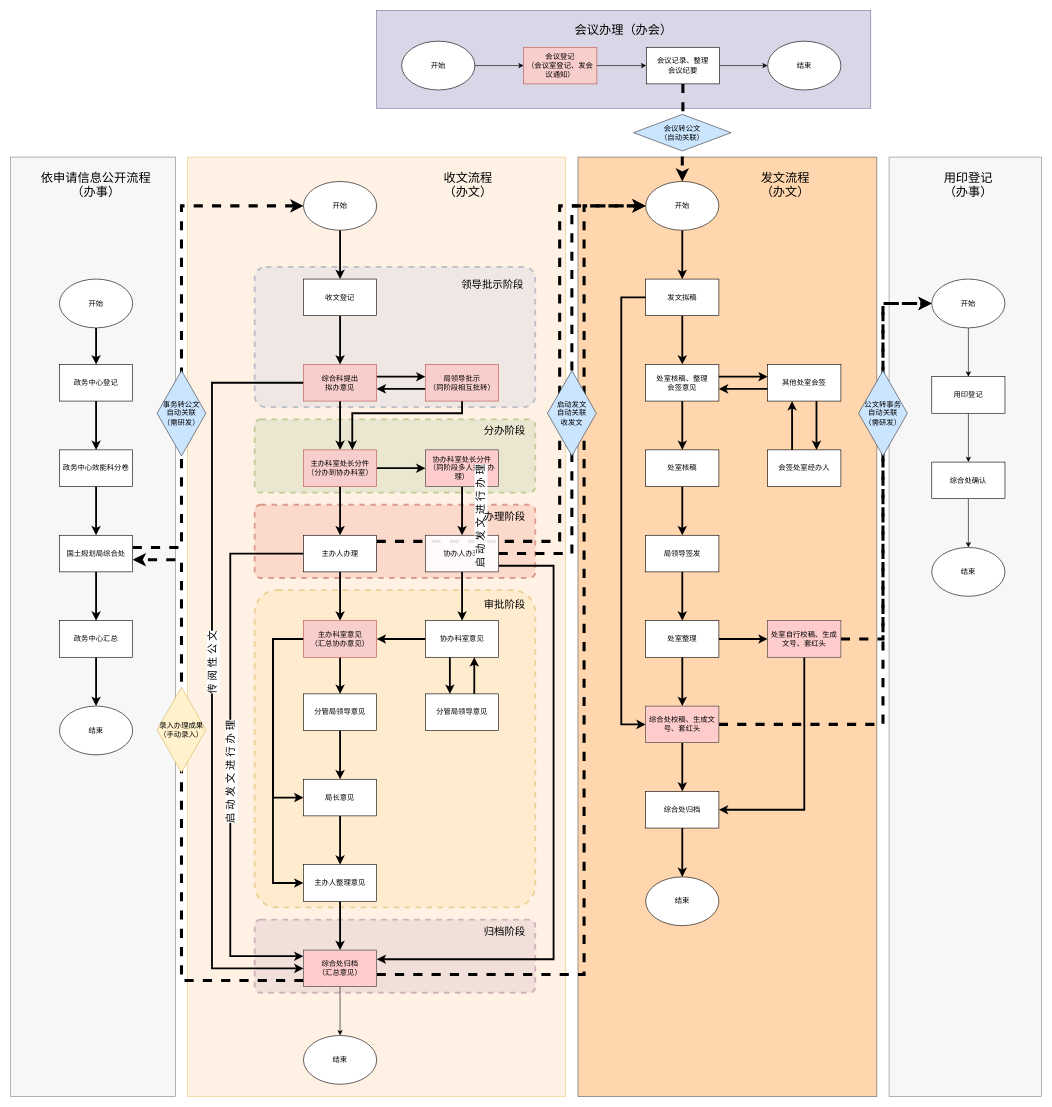
Before: Untitled Diagram.drawio in 806100963/draw.io, a draw.io diagram. Source tidied: cells renumbered, new cells numbered last; positions are measured from the earlier drawing's top-left corner, leaving out a move shared by most shapes. Both pictures are drawn from the tidied source at 61%, with x=0, y=0 at pixel (10, 10).
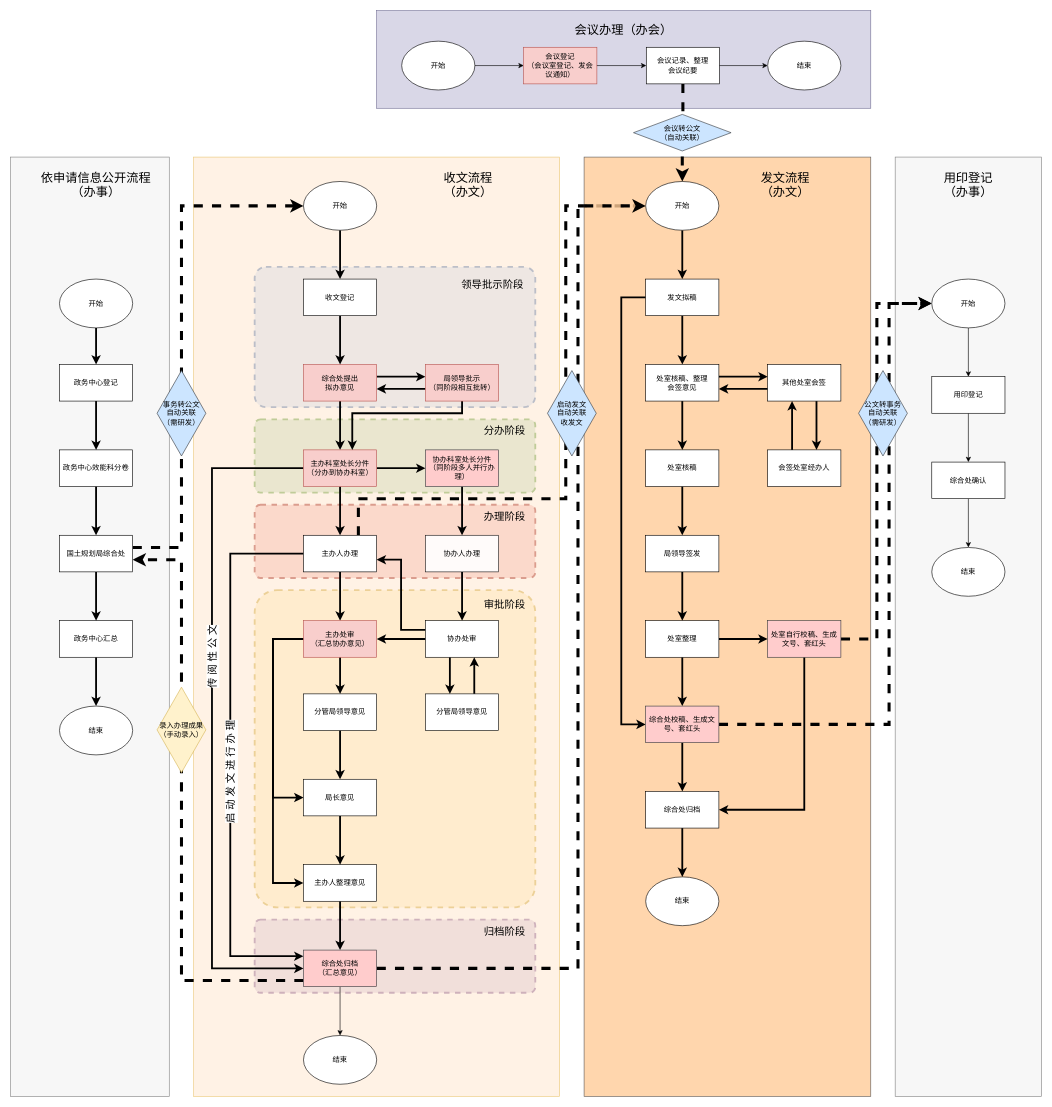
Above is the later version.

Unchanged cells that the change refers to:
```xml
<mxCell id="22" value="主办科室处长分件&lt;br&gt;（分办到协办科室）" style="rounded=0;whiteSpace=wrap;html=1;fillColor=#f8cecc;strokeColor=#b85450;" parent="1" vertex="1">
  <mxGeometry x="480" y="720" width="120" height="60" as="geometry" />
</mxCell>
<mxCell id="28" value="协办人办理" style="rounded=0;whiteSpace=wrap;html=1;opacity=90;" parent="1" vertex="1">
  <mxGeometry x="680" y="860" width="120" height="60" as="geometry" />
</mxCell>
<mxCell id="35" value="主办人办理" style="rounded=0;whiteSpace=wrap;html=1;" parent="1" vertex="1">
  <mxGeometry x="480" y="860" width="120" height="60" as="geometry" />
</mxCell>
<mxCell id="51" value="综合处归档&lt;br&gt;（汇总意见）" style="rounded=0;whiteSpace=wrap;html=1;fillColor=#ffcccc;strokeColor=#36393d;" parent="1" vertex="1">
  <mxGeometry x="480" y="1540" width="120" height="60" as="geometry" />
</mxCell>
<mxCell id="87" value="综合处校稿、生成文号、套红头" style="rounded=0;whiteSpace=wrap;html=1;fillColor=#ffcccc;strokeColor=#36393d;" parent="1" vertex="1">
  <mxGeometry x="1041" y="1140" width="120" height="60" as="geometry" />
</mxCell>
<mxCell id="90" value="处室自行校稿、生成文号、套红头" style="rounded=0;whiteSpace=wrap;html=1;fillColor=#ffcccc;strokeColor=#36393d;" parent="1" vertex="1">
  <mxGeometry x="1241" y="1000" width="120" height="60" as="geometry" />
</mxCell>
<mxCell id="99" value="开始" style="ellipse;whiteSpace=wrap;html=1;" parent="1" vertex="1">
  <mxGeometry x="1041" y="280" width="120" height="80" as="geometry" />
</mxCell>
<mxCell id="107" value="开始" style="ellipse;whiteSpace=wrap;html=1;" parent="1" vertex="1">
  <mxGeometry x="1510" y="440" width="120" height="80" as="geometry" />
</mxCell>
```

The edit, as a diff of the source:
```diff
@@
     <mxCell id="7" style="rounded=0;whiteSpace=wrap;html=1;opacity=50;fillColor=#ffe6cc;strokeColor=#d79b00;" parent="1" vertex="1">
-      <mxGeometry x="290" y="240" width="620" height="1540" as="geometry" />
+      <mxGeometry x="300" y="240" width="600" height="1540" as="geometry" />
     </mxCell>
     <mxCell id="8" style="edgeStyle=orthogonalEdgeStyle;rounded=0;jettySize=auto;html=1;entryX=0;entryY=0.5;entryDx=0;entryDy=0;strokeWidth=5;dashed=1;" parent="1" edge="1" source="35" target="99">
       <mxGeometry relative="1" as="geometry">
         <Array as="points">
-          <mxPoint x="900" y="870" />
-          <mxPoint x="900" y="320" />
+          <mxPoint x="570" y="800" />
+          <mxPoint x="910" y="800" />
+          <mxPoint x="910" y="320" />
         </Array>
       </mxGeometry>
     </mxCell>
@@
     <mxCell id="10" style="rounded=0;whiteSpace=wrap;html=1;opacity=80;fillColor=#f5f5f5;strokeColor=#666666;fontColor=#333333;" parent="1" vertex="1">
-      <mxGeometry x="1440" y="240" width="250" height="1540" as="geometry" />
+      <mxGeometry x="1450" y="240" width="240" height="1540" as="geometry" />
     </mxCell>
     <mxCell id="11" style="rounded=0;whiteSpace=wrap;html=1;opacity=80;fillColor=#ffcc99;strokeColor=#36393d;" parent="1" vertex="1">
-      <mxGeometry x="930" y="240" width="490" height="1540" as="geometry" />
+      <mxGeometry x="940" y="240" width="470" height="1540" as="geometry" />
     </mxCell>
     <mxCell id="12" style="rounded=0;whiteSpace=wrap;html=1;opacity=80;fillColor=#f5f5f5;strokeColor=#666666;fontColor=#333333;" parent="1" vertex="1">
-      <mxGeometry y="240" width="270" height="1540" as="geometry" />
+      <mxGeometry y="240" width="260" height="1540" as="geometry" />
     </mxCell>
@@
-    <mxCell id="14" style="edgeStyle=orthogonalEdgeStyle;rounded=0;jettySize=auto;html=1;exitX=0;exitY=0.5;exitDx=0;exitDy=0;strokeWidth=3;" parent="1" edge="1" source="17" target="51">
+    <mxCell id="14" style="edgeStyle=orthogonalEdgeStyle;rounded=0;jettySize=auto;html=1;strokeWidth=3;" parent="1" edge="1" source="22" target="51">
       <mxGeometry relative="1" as="geometry">
         <Array as="points">
-          <mxPoint x="330" y="610" />
+          <mxPoint x="330" y="750" />
           <mxPoint x="330" y="1570" />
         </Array>
       </mxGeometry>
     </mxCell>
     <mxCell id="15" value="传 阅 性 公 文" style="edgeLabel;html=1;align=center;verticalAlign=middle;fontSize=17;horizontal=0;" parent="14" vertex="1">
       <mxGeometry x="-0.89" y="1" relative="1" as="geometry">
-        <mxPoint x="-80" y="459" as="offset" />
+        <mxPoint x="-87.5" y="309" as="offset" />
       </mxGeometry>
     </mxCell>
@@
-    <mxCell id="17" value="综合科提出&lt;br&gt;拟办意见" style="rounded=0;whiteSpace=wrap;html=1;fillColor=#f8cecc;strokeColor=#b85450;" parent="1" vertex="1">
+    <mxCell id="17" value="综合处提出&lt;br&gt;拟办意见" style="rounded=0;whiteSpace=wrap;html=1;fillColor=#f8cecc;strokeColor=#b85450;" parent="1" vertex="1">
       <mxGeometry x="480" y="580" width="120" height="60" as="geometry" />
     </mxCell>
@@
-    <mxCell id="26" style="edgeStyle=orthogonalEdgeStyle;rounded=0;jettySize=auto;html=1;dashed=1;strokeWidth=5;" parent="1" edge="1" source="28" target="99">
-      <mxGeometry relative="1" as="geometry">
-        <Array as="points">
-          <mxPoint x="920" y="890" />
-          <mxPoint x="920" y="320" />
-        </Array>
-      </mxGeometry>
-    </mxCell>
-    <mxCell id="27" style="edgeStyle=orthogonalEdgeStyle;rounded=0;jettySize=auto;html=1;entryX=1;entryY=0.25;entryDx=0;entryDy=0;strokeWidth=3;fontSize=11;" parent="1" edge="1" source="28" target="51">
-      <mxGeometry relative="1" as="geometry">
-        <Array as="points">
-          <mxPoint x="890" y="910" />
-          <mxPoint x="890" y="1555" />
-        </Array>
-      </mxGeometry>
-    </mxCell>
@@
+    <mxCell id="130" style="edgeStyle=orthogonalEdgeStyle;rounded=0;jettySize=auto;html=1;exitX=0;exitY=0.25;exitDx=0;exitDy=0;strokeWidth=3;fontSize=11;" parent="1" edge="1" source="31" target="35">
+      <mxGeometry relative="1" as="geometry">
+        <Array as="points">
+          <mxPoint x="640" y="1015" />
+          <mxPoint x="640" y="900" />
+        </Array>
+      </mxGeometry>
+    </mxCell>
-    <mxCell id="31" value="协办科室意见" style="rounded=0;whiteSpace=wrap;html=1;" parent="1" vertex="1">
+    <mxCell id="31" value="协办处审" style="rounded=0;whiteSpace=wrap;html=1;" parent="1" vertex="1">
       <mxGeometry x="680" y="1000" width="120" height="60" as="geometry" />
     </mxCell>
@@
-    <mxCell id="39" value="主办科室意见&lt;br&gt;（汇总协办意见）" style="rounded=0;whiteSpace=wrap;html=1;fillColor=#f8cecc;strokeColor=#b85450;" parent="1" vertex="1">
+    <mxCell id="39" value="主办处审&lt;br&gt;（汇总协办意见）" style="rounded=0;whiteSpace=wrap;html=1;fillColor=#f8cecc;strokeColor=#b85450;" parent="1" vertex="1">
       <mxGeometry x="480" y="1000" width="120" height="60" as="geometry" />
     </mxCell>
@@
     <mxCell id="50" style="edgeStyle=orthogonalEdgeStyle;rounded=0;jettySize=auto;html=1;strokeWidth=5;dashed=1;" parent="1" edge="1" source="51" target="99">
       <mxGeometry relative="1" as="geometry">
         <Array as="points">
-          <mxPoint x="940" y="1580" />
-          <mxPoint x="940" y="320" />
+          <mxPoint x="930" y="1570" />
+          <mxPoint x="930" y="320" />
         </Array>
       </mxGeometry>
     </mxCell>
@@
     <mxCell id="86" style="edgeStyle=orthogonalEdgeStyle;rounded=0;jettySize=auto;html=1;exitX=1;exitY=0.5;exitDx=0;exitDy=0;dashed=1;strokeWidth=5;fontSize=20;" parent="1" edge="1" source="87" target="107">
       <mxGeometry relative="1" as="geometry">
         <Array as="points">
-          <mxPoint x="1430" y="1170" />
-          <mxPoint x="1430" y="480" />
+          <mxPoint x="1440" y="1170" />
+          <mxPoint x="1440" y="480" />
         </Array>
       </mxGeometry>
     </mxCell>
@@
     <mxCell id="89" style="edgeStyle=orthogonalEdgeStyle;rounded=0;jettySize=auto;html=1;exitX=1;exitY=0.5;exitDx=0;exitDy=0;entryX=0;entryY=0.5;entryDx=0;entryDy=0;strokeWidth=5;fontSize=20;dashed=1;" parent="1" edge="1" source="90" target="107">
       <mxGeometry relative="1" as="geometry">
         <Array as="points">
-          <mxPoint x="1430" y="1030" />
-          <mxPoint x="1430" y="480" />
+          <mxPoint x="1420" y="1030" />
+          <mxPoint x="1420" y="480" />
         </Array>
       </mxGeometry>
     </mxCell>
@@
-    <mxCell id="124" value="启 动 发 文 进 行 办 理" style="edgeLabel;html=1;align=center;verticalAlign=middle;fontSize=17;horizontal=0;" parent="1" vertex="1">
-      <mxGeometry x="-0.86" y="4" relative="1" as="geometry">
-        <mxPoint x="770" y="830" as="offset" />
-      </mxGeometry>
-    </mxCell>
```
